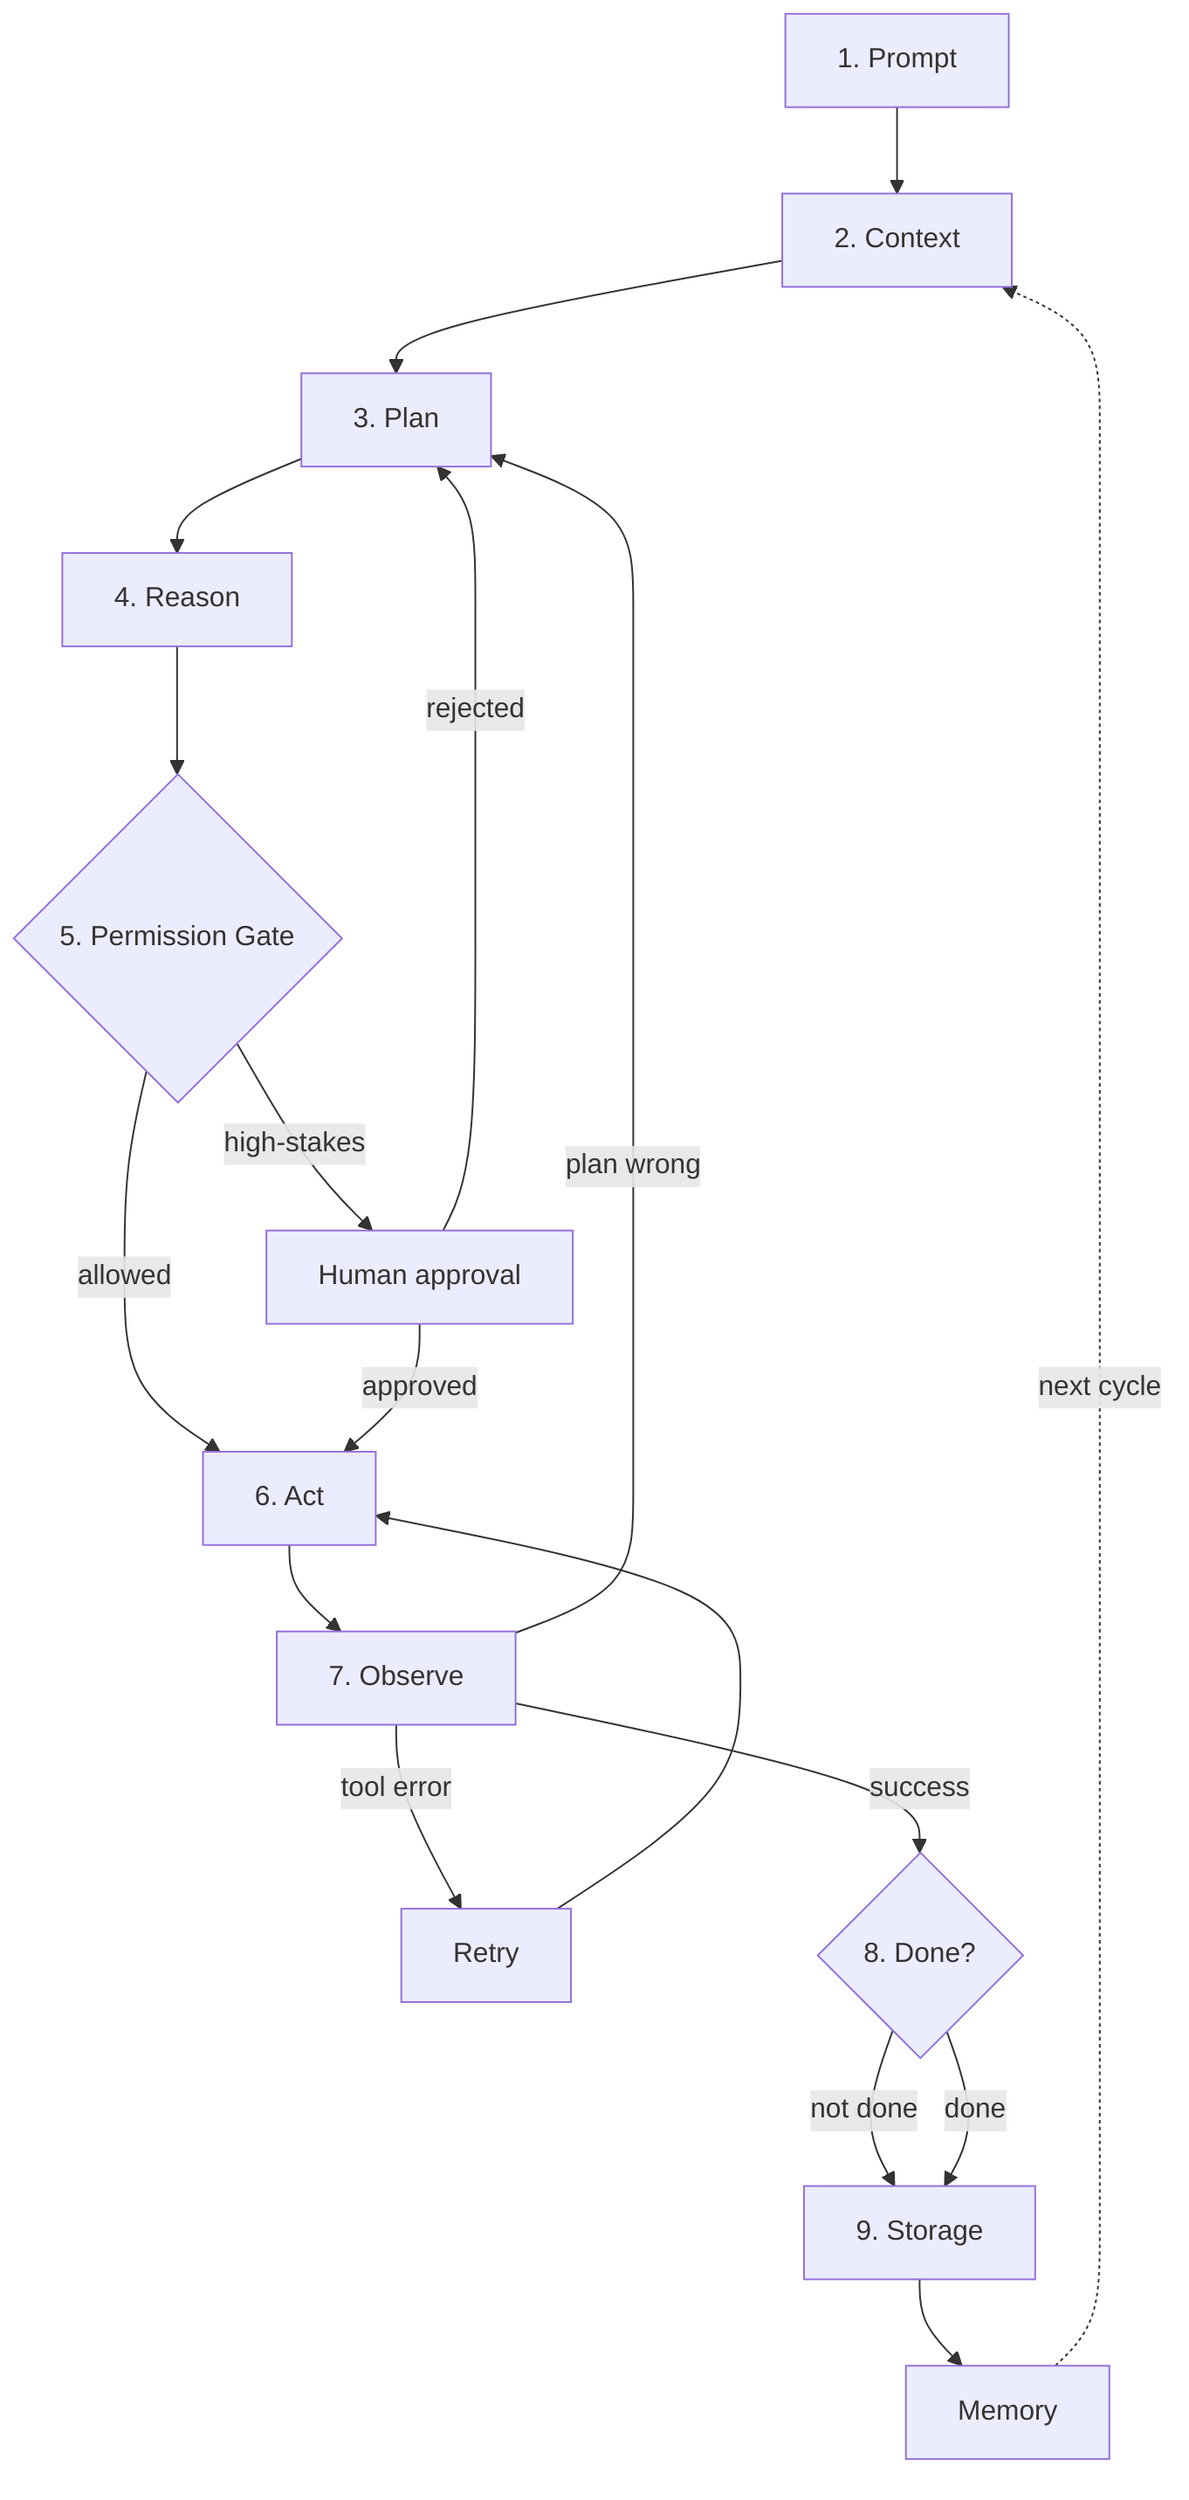
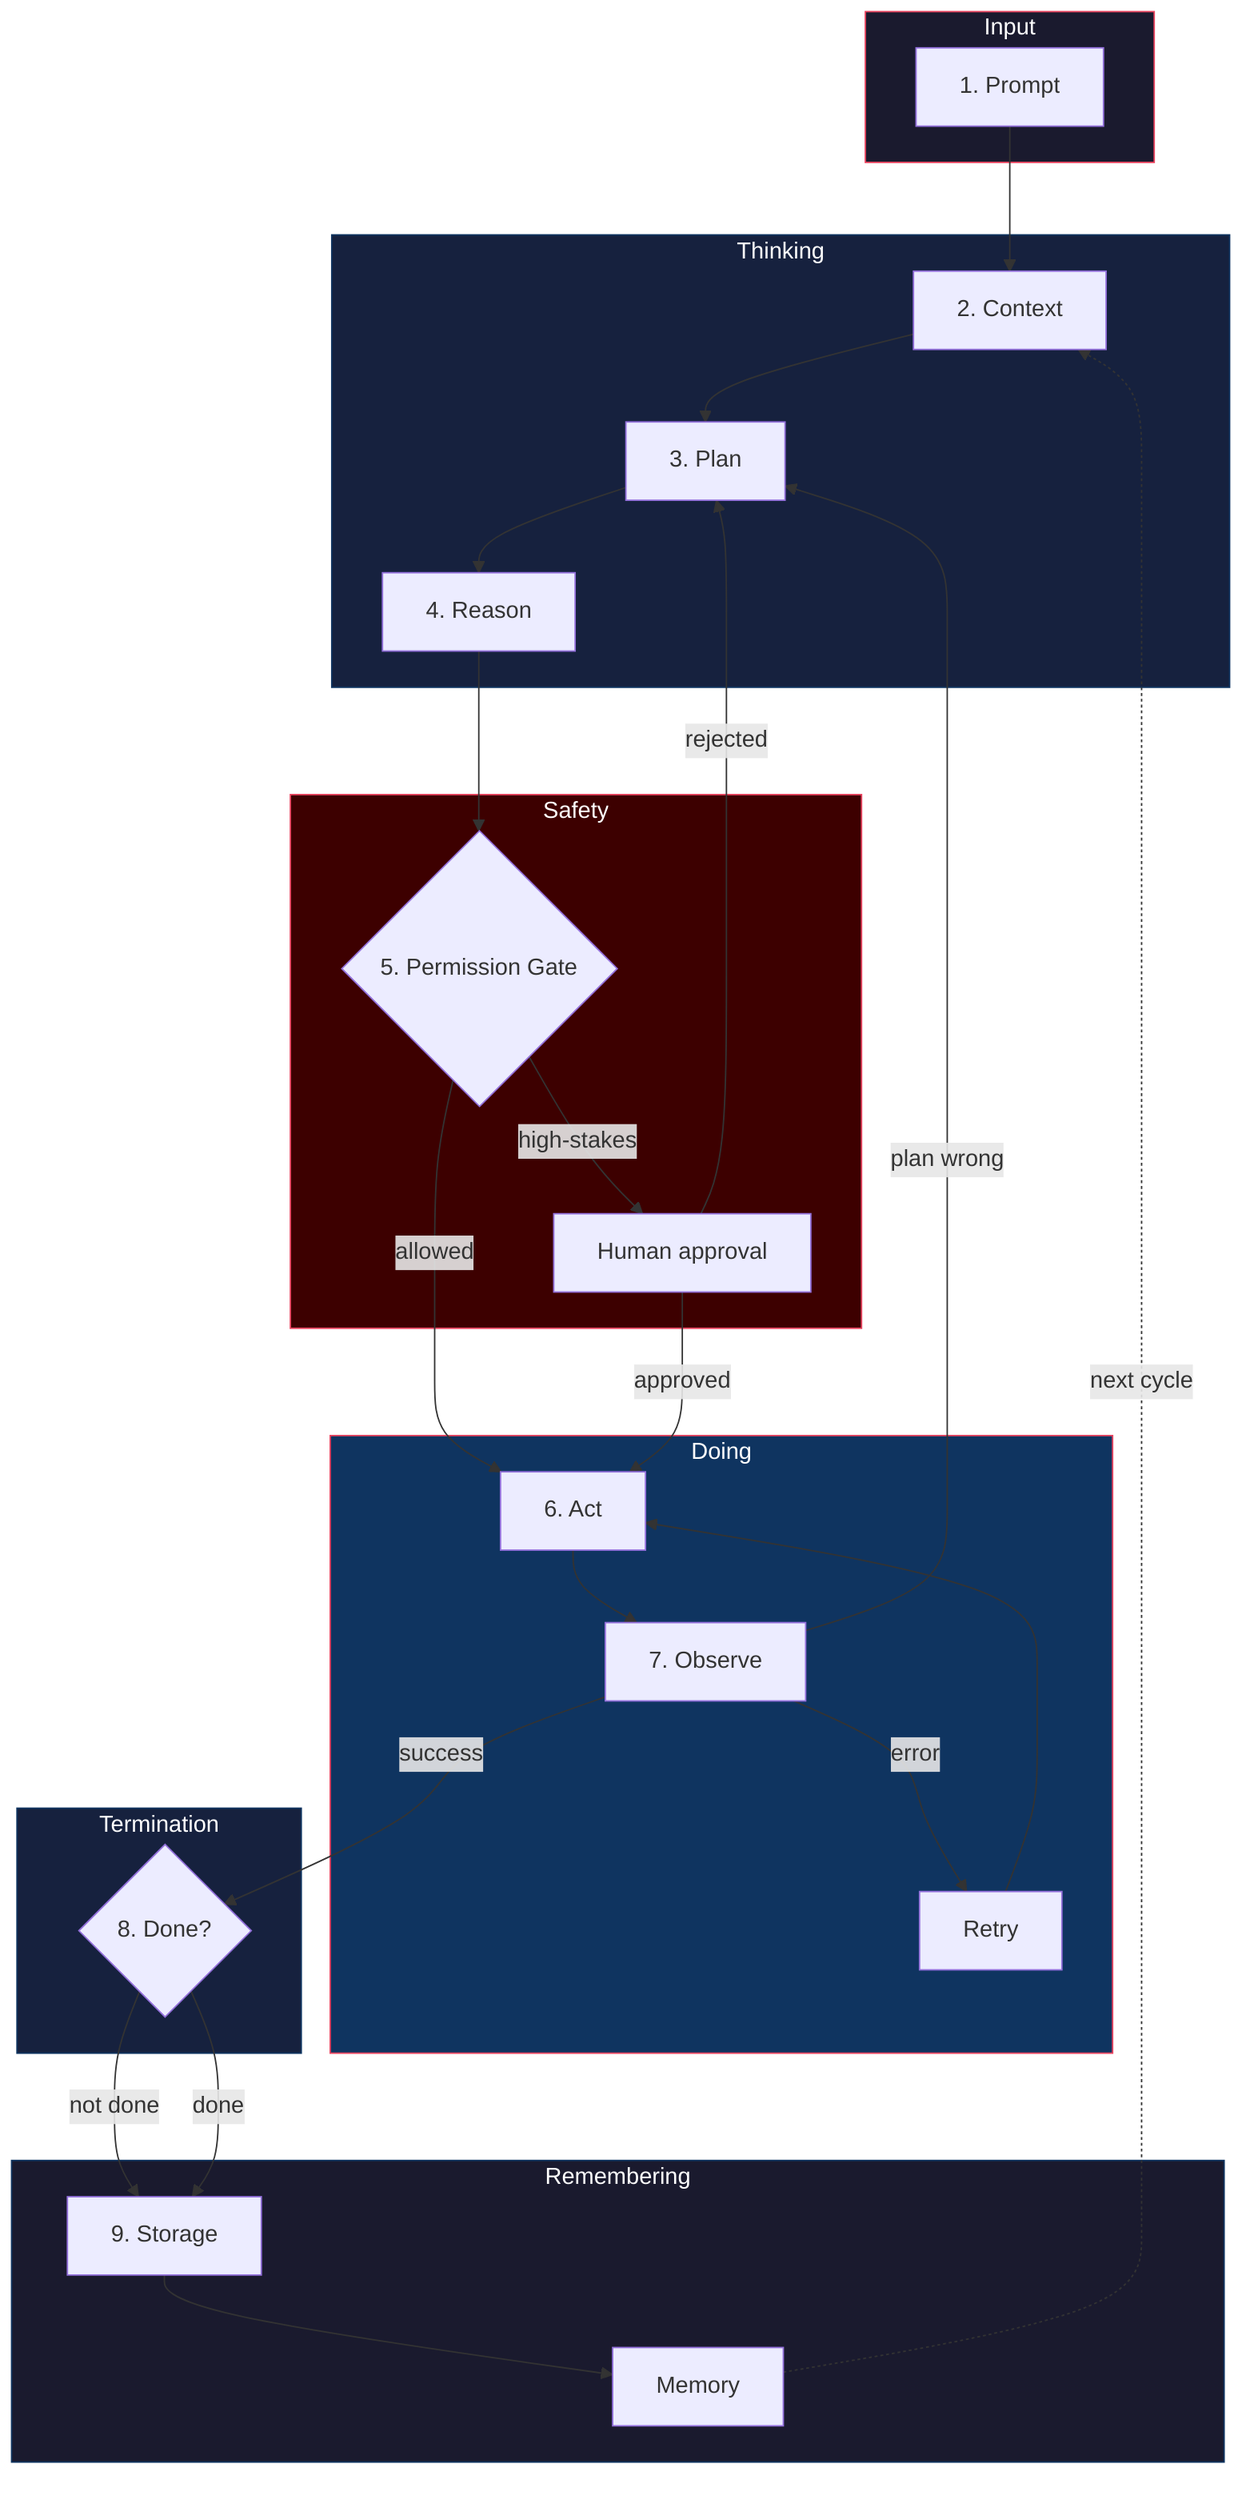
flowchart TD
-     A["1. Prompt"] --> B["2. Context"] --> C["3. Plan"] --> D["4. Reason"] --> E{"5. Permission Gate"}
-     E -->|allowed| F["6. Act"]
-     E -->|high-stakes| HITL["Human approval"]
+     subgraph INPUT["Input"]
+         A["1. Prompt"]
+     end
+ 
+     subgraph THINK["Thinking"]
+         B["2. Context"]
+         C["3. Plan"]
+         D["4. Reason"]
+     end
+ 
+     subgraph SAFETY["Safety"]
+         E{"5. Permission Gate"}
+         HITL["Human approval"]
+     end
+ 
+     subgraph DO["Doing"]
+         F["6. Act"]
+         G["7. Observe"]
+         RETRY["Retry"]
+     end
+ 
+     subgraph CHECK["Termination"]
+         H{"8. Done?"}
+     end
+ 
+     subgraph REMEMBER["Remembering"]
+         I["9. Storage"]
+         J["Memory"]
+     end
+ 
+     A --> B --> C --> D --> E
+     E -->|allowed| F
+     E -->|high-stakes| HITL
    HITL -->|approved| F
    HITL -->|rejected| C
-     F --> G["7. Observe"]
-     G -->|tool error| RETRY["Retry"] --> F
+     F --> G
+     G -->|error| RETRY
+     RETRY --> F
    G -->|plan wrong| C
-     G -->|success| H{"8. Done?"}
-     H -->|not done| I["9. Storage"] --> J["Memory"]
+     G -->|success| H
+     H -->|not done| I
    H -->|done| I
+     I --> J
    J -.next cycle.-> B
+ 
+     style INPUT fill:#1a1a2e,color:#fff,stroke:#e94560
+     style THINK fill:#16213e,color:#fff,stroke:#0f3460
+     style SAFETY fill:#3d0000,color:#fff,stroke:#e94560
+     style DO fill:#0f3460,color:#fff,stroke:#e94560
+     style CHECK fill:#16213e,color:#fff,stroke:#0f3460
+     style REMEMBER fill:#1a1a2e,color:#fff,stroke:#0f3460
